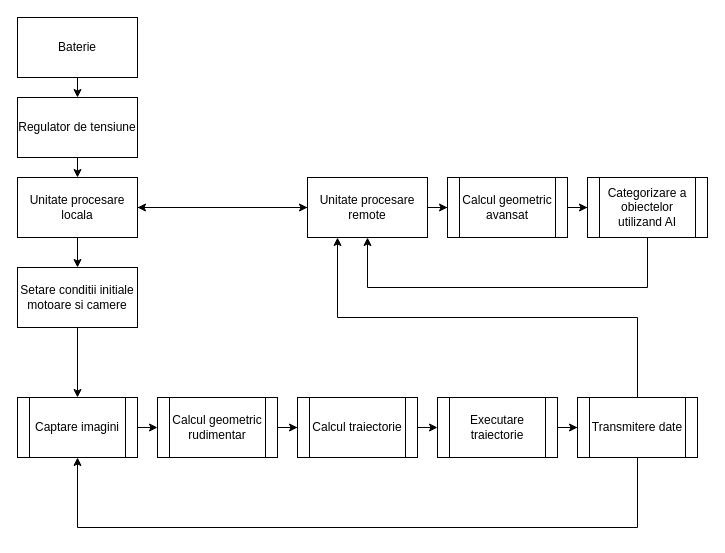
The draw.io diagram schema-concept.drawio in PumpKPie/quadruped-development, before the edit. Source tidied: cells renumbered, new cells numbered last; positions are measured from the earlier drawing's top-left corner, leaving out a move shared by most shapes. Both pictures are drawn from the tidied source at 100%, with x=0, y=0 at pixel (17, 17).
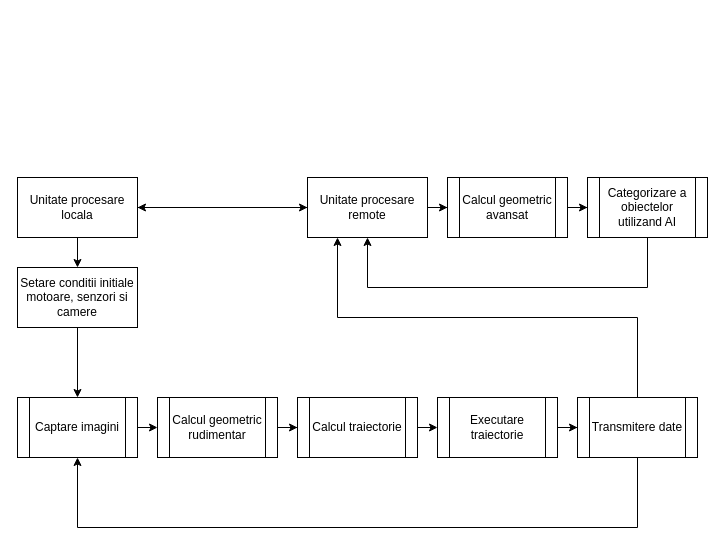
After the change.

Unchanged cells that the change refers to:
```xml
<mxCell id="5" value="Unitate procesare locala" style="rounded=0;whiteSpace=wrap;html=1;" parent="1" vertex="1">
  <mxGeometry y="160" width="120" height="60" as="geometry" />
</mxCell>
```

Change to the diagram source:
```diff
@@
-    <mxCell id="6" style="edgeStyle=orthogonalEdgeStyle;rounded=0;jettySize=auto;html=1;exitX=0.5;exitY=1;exitDx=0;exitDy=0;entryX=0.5;entryY=0;entryDx=0;entryDy=0;" parent="1" edge="1" source="7" target="9">
-      <mxGeometry relative="1" as="geometry" />
-    </mxCell>
-    <mxCell id="7" value="Baterie" style="rounded=0;whiteSpace=wrap;html=1;" parent="1" vertex="1">
-      <mxGeometry width="120" height="60" as="geometry" />
-    </mxCell>
-    <mxCell id="8" style="edgeStyle=orthogonalEdgeStyle;rounded=0;jettySize=auto;html=1;exitX=0.5;exitY=1;exitDx=0;exitDy=0;entryX=0.5;entryY=0;entryDx=0;entryDy=0;" parent="1" edge="1" source="9" target="5">
-      <mxGeometry relative="1" as="geometry" />
-    </mxCell>
-    <mxCell id="9" value="Regulator de tensiune" style="rounded=0;whiteSpace=wrap;html=1;" parent="1" vertex="1">
-      <mxGeometry y="80" width="120" height="60" as="geometry" />
-    </mxCell>
@@
-    <mxCell id="11" value="Setare conditii initiale motoare si camere" style="rounded=0;whiteSpace=wrap;html=1;" parent="1" vertex="1">
+    <mxCell id="11" value="Setare conditii initiale motoare, senzori si camere" style="rounded=0;whiteSpace=wrap;html=1;" parent="1" vertex="1">
       <mxGeometry y="250" width="120" height="60" as="geometry" />
     </mxCell>
```
